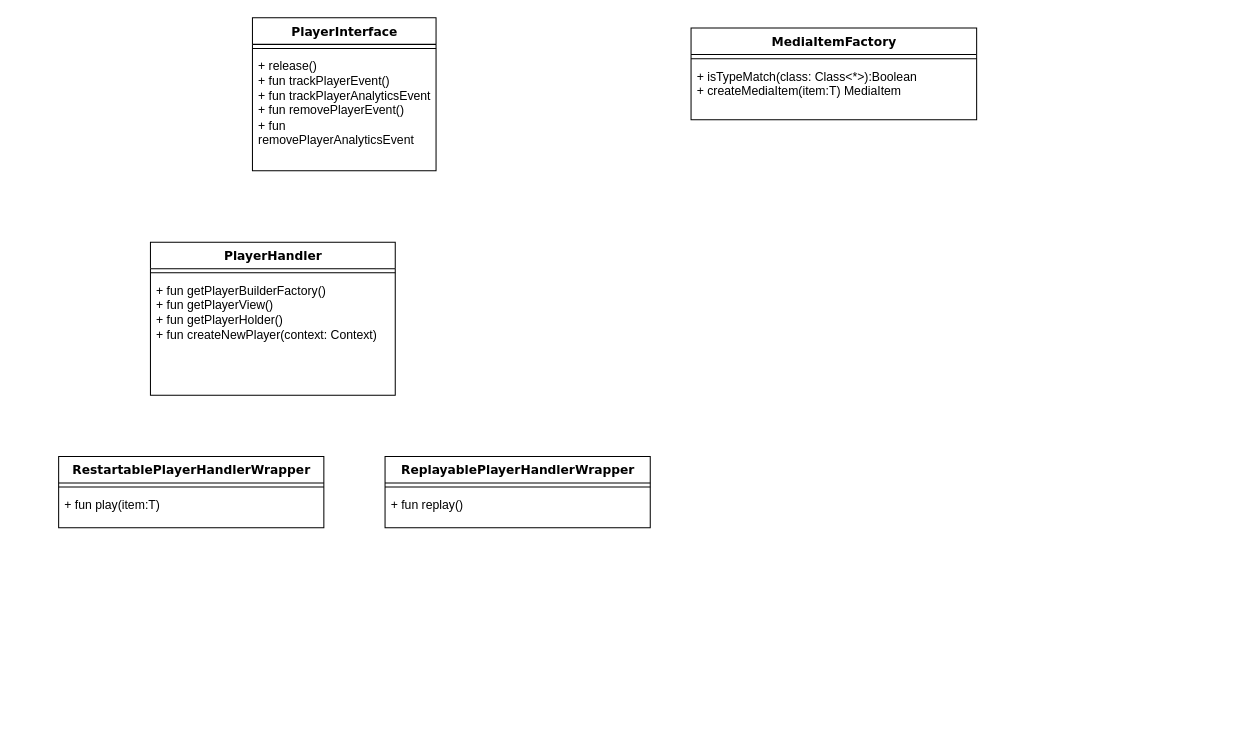
The draw.io diagram DrawIO/new player class diagram.drawio in JackChen365/LibraryResources, before the edit. Source tidied: cells renumbered, new cells numbered last; positions are measured from the earlier drawing's top-left corner, leaving out a move shared by most shapes. Both pictures are drawn from the tidied source at 102%, with x=0, y=0 at pixel (58, 17).
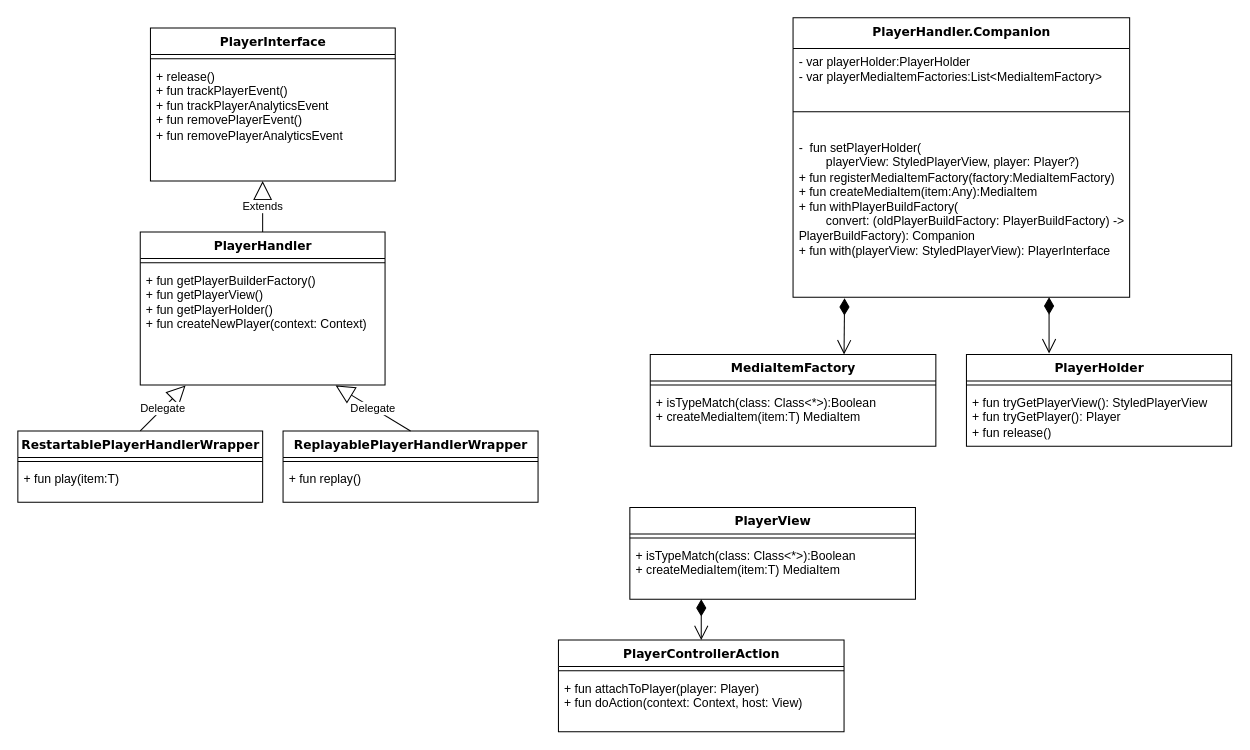
After the change.

Unchanged cells that the change refers to:
```xml
<mxCell id="7" value="+&amp;nbsp;fun getPlayerBuilderFactory()&lt;br&gt;+ fun getPlayerView()&lt;br&gt;+ fun getPlayerHolder()&lt;br&gt;+ fun createNewPlayer(context: Context)" style="text;html=1;strokeColor=none;fillColor=none;align=left;verticalAlign=top;spacingLeft=4;spacingRight=4;whiteSpace=wrap;overflow=hidden;points=[[0,0.5],[1,0.5]];portConstraint=eastwest;" parent="5" vertex="1">
  <mxGeometry y="34" width="240" height="116" as="geometry" />
</mxCell>
```

Change to the diagram source:
```diff
@@
     <mxCell id="2" value="PlayerInterface" style="swimlane;html=1;fontStyle=1;align=center;verticalAlign=top;horizontal=1;startSize=26;swimlaneFillColor=#ffffff;rounded=0;shadow=0;comic=0;labelBackgroundColor=none;strokeWidth=1;fillColor=none;fontFamily=Verdana;fontSize=12;" parent="1" vertex="1">
-      <mxGeometry x="190" width="180" height="150" as="geometry" />
+      <mxGeometry x="90" y="10" width="240" height="150" as="geometry" />
     </mxCell>
     <mxCell id="3" style="line;html=1;strokeWidth=1;fillColor=none;align=left;verticalAlign=middle;spacingTop=-1;spacingLeft=3;spacingRight=3;labelPosition=right;" parent="2" vertex="1">
-      <mxGeometry y="26" width="180" height="8" as="geometry" />
+      <mxGeometry y="26" width="240" height="8" as="geometry" />
     </mxCell>
     <mxCell id="4" value="+ release()&lt;br style=&quot;border-color: var(--border-color);&quot;&gt;+&amp;nbsp;fun trackPlayerEvent()&lt;br style=&quot;border-color: var(--border-color);&quot;&gt;+ fun trackPlayerAnalyticsEvent&lt;br style=&quot;border-color: var(--border-color);&quot;&gt;+ fun removePlayerEvent()&lt;br style=&quot;border-color: var(--border-color);&quot;&gt;+ fun removePlayerAnalyticsEvent" style="text;html=1;strokeColor=none;fillColor=none;align=left;verticalAlign=top;spacingLeft=4;spacingRight=4;whiteSpace=wrap;overflow=hidden;" parent="2" vertex="1">
-      <mxGeometry y="34" width="180" height="106" as="geometry" />
+      <mxGeometry y="34" width="240" height="106" as="geometry" />
     </mxCell>
     <mxCell id="5" value="PlayerHandler" style="swimlane;html=1;fontStyle=1;align=center;verticalAlign=top;horizontal=1;startSize=26;swimlaneFillColor=#ffffff;rounded=0;shadow=0;comic=0;labelBackgroundColor=none;strokeWidth=1;fillColor=none;fontFamily=Verdana;fontSize=12;" parent="1" vertex="1">
-      <mxGeometry x="90" y="220" width="240" height="150" as="geometry" />
+      <mxGeometry x="80" y="210" width="240" height="150" as="geometry" />
     </mxCell>
@@
     <mxCell id="8" value="RestartablePlayerHandlerWrapper" style="swimlane;html=1;fontStyle=1;align=center;verticalAlign=top;horizontal=1;startSize=26;swimlaneFillColor=#ffffff;rounded=0;shadow=0;comic=0;labelBackgroundColor=none;strokeWidth=1;fillColor=none;fontFamily=Verdana;fontSize=12;" parent="1" vertex="1">
-      <mxGeometry y="430" width="260" height="70" as="geometry" />
+      <mxGeometry x="-40" y="405" width="240" height="70" as="geometry" />
     </mxCell>
     <mxCell id="9" style="line;html=1;strokeWidth=1;fillColor=none;align=left;verticalAlign=middle;spacingTop=-1;spacingLeft=3;spacingRight=3;labelPosition=right;" parent="8" vertex="1">
-      <mxGeometry y="26" width="260" height="8" as="geometry" />
+      <mxGeometry y="26" width="240" height="8" as="geometry" />
     </mxCell>
     <mxCell id="10" value="+ fun play(item:T)" style="text;html=1;strokeColor=none;fillColor=none;align=left;verticalAlign=top;spacingLeft=4;spacingRight=4;whiteSpace=wrap;overflow=hidden;" parent="8" vertex="1">
-      <mxGeometry y="34" width="260" height="36" as="geometry" />
+      <mxGeometry y="34" width="240" height="36" as="geometry" />
     </mxCell>
     <mxCell id="11" value="ReplayablePlayerHandlerWrapper" style="swimlane;html=1;fontStyle=1;align=center;verticalAlign=top;horizontal=1;startSize=26;swimlaneFillColor=#ffffff;rounded=0;shadow=0;comic=0;labelBackgroundColor=none;strokeWidth=1;fillColor=none;fontFamily=Verdana;fontSize=12;" parent="1" vertex="1">
-      <mxGeometry x="320" y="430" width="260" height="70" as="geometry" />
+      <mxGeometry x="220" y="405" width="250" height="70" as="geometry" />
     </mxCell>
     <mxCell id="12" style="line;html=1;strokeWidth=1;fillColor=none;align=left;verticalAlign=middle;spacingTop=-1;spacingLeft=3;spacingRight=3;labelPosition=right;" parent="11" vertex="1">
-      <mxGeometry y="26" width="260" height="8" as="geometry" />
+      <mxGeometry y="26" width="250" height="8" as="geometry" />
     </mxCell>
     <mxCell id="13" value="+ fun replay()" style="text;html=1;strokeColor=none;fillColor=none;align=left;verticalAlign=top;spacingLeft=4;spacingRight=4;whiteSpace=wrap;overflow=hidden;" parent="11" vertex="1">
-      <mxGeometry y="34" width="260" height="36" as="geometry" />
+      <mxGeometry y="34" width="250" height="36" as="geometry" />
     </mxCell>
     <mxCell id="14" value="MediaItemFactory" style="swimlane;html=1;fontStyle=1;align=center;verticalAlign=top;horizontal=1;startSize=26;swimlaneFillColor=#ffffff;rounded=0;shadow=0;comic=0;labelBackgroundColor=none;strokeWidth=1;fillColor=none;fontFamily=Verdana;fontSize=12;" parent="1" vertex="1">
-      <mxGeometry x="620" y="10" width="280" height="90" as="geometry" />
+      <mxGeometry x="580" y="330" width="280" height="90" as="geometry" />
     </mxCell>
@@
+    <mxCell id="17" value="PlayerHolder" style="swimlane;html=1;fontStyle=1;align=center;verticalAlign=top;horizontal=1;startSize=26;swimlaneFillColor=#ffffff;rounded=0;shadow=0;comic=0;labelBackgroundColor=none;strokeWidth=1;fillColor=none;fontFamily=Verdana;fontSize=12;" parent="1" vertex="1">
+      <mxGeometry x="890" y="330" width="260" height="90" as="geometry" />
+    </mxCell>
+    <mxCell id="18" style="line;html=1;strokeWidth=1;fillColor=none;align=left;verticalAlign=middle;spacingTop=-1;spacingLeft=3;spacingRight=3;labelPosition=right;" parent="17" vertex="1">
+      <mxGeometry y="26" width="260" height="8" as="geometry" />
+    </mxCell>
+    <mxCell id="19" value="+ fun tryGetPlayerView(): StyledPlayerView&lt;br&gt;+ fun tryGetPlayer(): Player&lt;br&gt;+ fun release()" style="text;html=1;strokeColor=none;fillColor=none;align=left;verticalAlign=top;spacingLeft=4;spacingRight=4;whiteSpace=wrap;overflow=hidden;" parent="17" vertex="1">
+      <mxGeometry y="34" width="260" height="56" as="geometry" />
+    </mxCell>
+    <mxCell id="20" value="PlayerHandler.Companion" style="swimlane;html=1;fontStyle=1;align=center;verticalAlign=top;horizontal=1;startSize=30;swimlaneFillColor=#ffffff;rounded=0;shadow=0;comic=0;labelBackgroundColor=none;strokeWidth=1;fillColor=none;fontFamily=Verdana;fontSize=12;" parent="1" vertex="1">
+      <mxGeometry x="720" width="330" height="274" as="geometry" />
+    </mxCell>
+    <mxCell id="21" value="- var playerHolder:PlayerHolder&amp;nbsp;&lt;br&gt;- var playerMediaItemFactories:List&amp;lt;MediaItemFactory&amp;gt;" style="text;html=1;strokeColor=none;fillColor=none;align=left;verticalAlign=top;spacingLeft=4;spacingRight=4;whiteSpace=wrap;overflow=hidden;" parent="20" vertex="1">
+      <mxGeometry y="30" width="330" height="40" as="geometry" />
+    </mxCell>
+    <mxCell id="22" style="line;html=1;strokeWidth=1;fillColor=none;align=left;verticalAlign=middle;spacingTop=-1;spacingLeft=3;spacingRight=3;labelPosition=right;" parent="20" vertex="1">
+      <mxGeometry y="70" width="330" height="44" as="geometry" />
+    </mxCell>
+    <mxCell id="23" value="-&amp;nbsp;&amp;nbsp;fun setPlayerHolder(&lt;br&gt;&lt;span style=&quot;white-space: pre;&quot;&gt;&#9;&lt;/span&gt;playerView: StyledPlayerView, player: Player?)&lt;br&gt;+ fun registerMediaItemFactory(factory:MediaItemFactory)&lt;br&gt;+&amp;nbsp;fun createMediaItem(item:Any):MediaItem&lt;br&gt;&lt;div&gt;+ fun withPlayerBuildFactory(&lt;/div&gt;&lt;div&gt;&amp;nbsp; &amp;nbsp; &amp;nbsp; &amp;nbsp; convert: (oldPlayerBuildFactory: PlayerBuildFactory) -&amp;gt; PlayerBuildFactory&lt;span style=&quot;background-color: initial;&quot;&gt;): Companion&lt;/span&gt;&lt;/div&gt;+ fun with(playerView: StyledPlayerView): PlayerInterface" style="text;html=1;strokeColor=none;fillColor=none;align=left;verticalAlign=top;spacingLeft=4;spacingRight=4;whiteSpace=wrap;overflow=hidden;points=[[0,0.5],[1,0.5]];portConstraint=eastwest;" parent="20" vertex="1">
+      <mxGeometry y="114" width="330" height="160" as="geometry" />
+    </mxCell>
+    <mxCell id="24" value="Extends" style="endArrow=block;endSize=16;endFill=0;html=1;rounded=0;exitX=0.5;exitY=0;exitDx=0;exitDy=0;" parent="1" edge="1" source="5">
+      <mxGeometry relative="1" as="geometry">
+        <mxPoint x="200" y="160" as="targetPoint" />
+      </mxGeometry>
+    </mxCell>
+    <mxCell id="25" value="Delegate" style="endArrow=block;endSize=16;endFill=0;html=1;rounded=0;entryX=0.185;entryY=1.004;entryDx=0;entryDy=0;entryPerimeter=0;exitX=0.5;exitY=0;exitDx=0;exitDy=0;" parent="1" edge="1" source="8" target="7">
+      <mxGeometry relative="1" as="geometry" />
+    </mxCell>
+    <mxCell id="26" value="Delegate" style="endArrow=block;endSize=16;endFill=0;html=1;rounded=0;entryX=0.798;entryY=1.004;entryDx=0;entryDy=0;entryPerimeter=0;exitX=0.5;exitY=0;exitDx=0;exitDy=0;" parent="1" edge="1" source="11" target="7">
+      <mxGeometry relative="1" as="geometry" />
+    </mxCell>
+    <mxCell id="27" style="endArrow=open;html=1;endSize=12;startArrow=diamondThin;startSize=14;startFill=1;edgeStyle=orthogonalEdgeStyle;align=left;verticalAlign=bottom;rounded=0;exitX=0.153;exitY=1.006;exitDx=0;exitDy=0;exitPerimeter=0;" parent="1" edge="1" source="23">
+      <mxGeometry x="-1" y="3" relative="1" as="geometry">
+        <mxPoint x="770" y="330" as="targetPoint" />
+      </mxGeometry>
+    </mxCell>
+    <mxCell id="28" style="endArrow=open;html=1;endSize=12;startArrow=diamondThin;startSize=14;startFill=1;edgeStyle=orthogonalEdgeStyle;align=left;verticalAlign=bottom;rounded=0;exitX=0.153;exitY=1.006;exitDx=0;exitDy=0;exitPerimeter=0;" parent="1" edge="1">
+      <mxGeometry x="-1" y="3" relative="1" as="geometry">
+        <mxPoint x="971" y="274" as="sourcePoint" />
+        <mxPoint x="971" y="329" as="targetPoint" />
+      </mxGeometry>
+    </mxCell>
+    <mxCell id="29" value="PlayerView" style="swimlane;html=1;fontStyle=1;align=center;verticalAlign=top;horizontal=1;startSize=26;swimlaneFillColor=#ffffff;rounded=0;shadow=0;comic=0;labelBackgroundColor=none;strokeWidth=1;fillColor=none;fontFamily=Verdana;fontSize=12;" parent="1" vertex="1">
+      <mxGeometry x="560" y="480" width="280" height="90" as="geometry" />
+    </mxCell>
+    <mxCell id="30" style="line;html=1;strokeWidth=1;fillColor=none;align=left;verticalAlign=middle;spacingTop=-1;spacingLeft=3;spacingRight=3;labelPosition=right;" parent="29" vertex="1">
+      <mxGeometry y="26" width="280" height="8" as="geometry" />
+    </mxCell>
+    <mxCell id="31" value="+ isTypeMatch(class: Class&amp;lt;*&amp;gt;):Boolean&lt;br&gt;+ createMediaItem(item:T) MediaItem" style="text;html=1;strokeColor=none;fillColor=none;align=left;verticalAlign=top;spacingLeft=4;spacingRight=4;whiteSpace=wrap;overflow=hidden;" parent="29" vertex="1">
+      <mxGeometry y="34" width="280" height="46" as="geometry" />
+    </mxCell>
+    <mxCell id="32" value="PlayerControllerAction" style="swimlane;html=1;fontStyle=1;align=center;verticalAlign=top;horizontal=1;startSize=26;swimlaneFillColor=#ffffff;rounded=0;shadow=0;comic=0;labelBackgroundColor=none;strokeWidth=1;fillColor=none;fontFamily=Verdana;fontSize=12;" parent="1" vertex="1">
+      <mxGeometry x="490" y="610" width="280" height="90" as="geometry" />
+    </mxCell>
+    <mxCell id="33" style="line;html=1;strokeWidth=1;fillColor=none;align=left;verticalAlign=middle;spacingTop=-1;spacingLeft=3;spacingRight=3;labelPosition=right;" parent="32" vertex="1">
+      <mxGeometry y="26" width="280" height="8" as="geometry" />
+    </mxCell>
+    <mxCell id="34" value="+ fun attachToPlayer(player: Player)&lt;br&gt;+ fun doAction(context: Context, host: View)" style="text;html=1;strokeColor=none;fillColor=none;align=left;verticalAlign=top;spacingLeft=4;spacingRight=4;whiteSpace=wrap;overflow=hidden;" parent="32" vertex="1">
+      <mxGeometry y="34" width="280" height="46" as="geometry" />
+    </mxCell>
+    <mxCell id="35" style="endArrow=open;html=1;endSize=12;startArrow=diamondThin;startSize=14;startFill=1;edgeStyle=orthogonalEdgeStyle;align=left;verticalAlign=bottom;rounded=0;exitX=0.25;exitY=1;exitDx=0;exitDy=0;entryX=0.5;entryY=0;entryDx=0;entryDy=0;" parent="1" edge="1" source="29" target="32">
+      <mxGeometry x="-1" y="3" relative="1" as="geometry" />
+    </mxCell>
```
